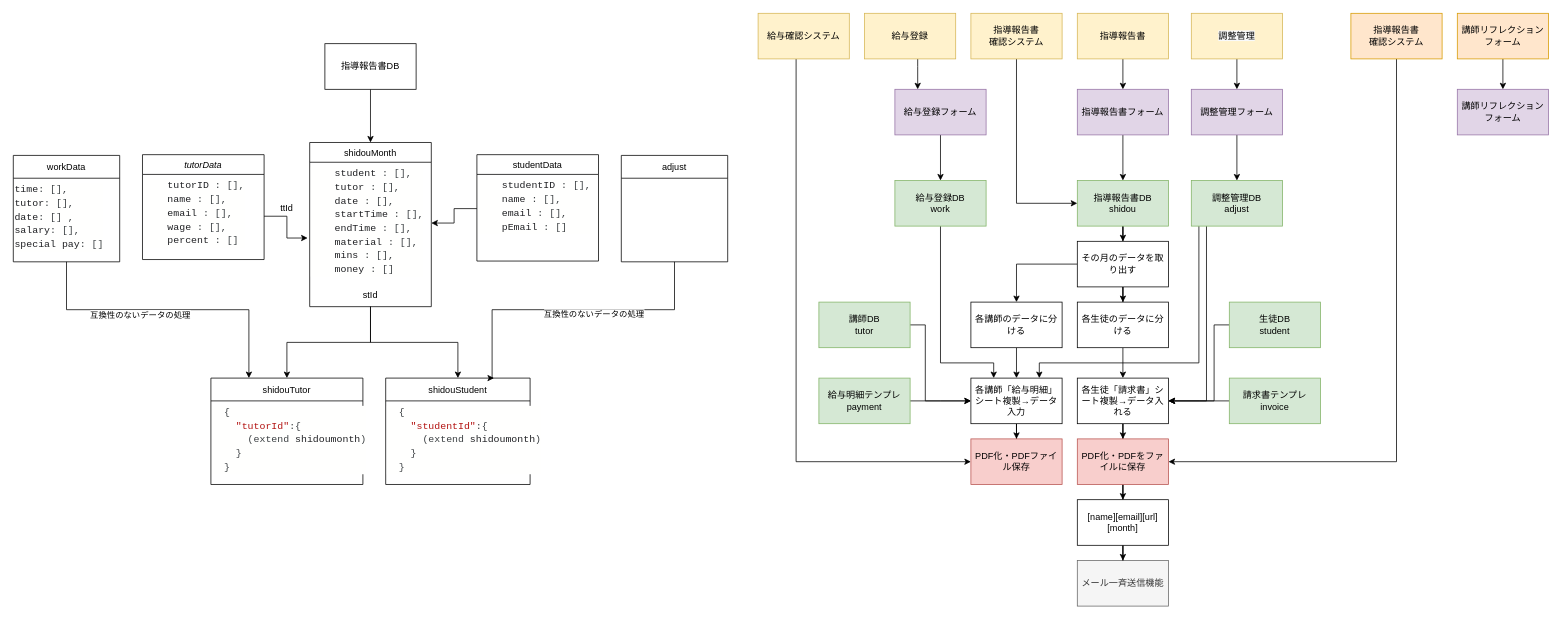
Earlier version of the draw.io diagram System Diagram.drawio (ShutaShibue/viasta). Source tidied: cells renumbered, new cells numbered last; positions are measured from the earlier drawing's top-left corner, leaving out a move shared by most shapes. Both pictures are drawn from the tidied source at 76%, with x=0, y=0 at pixel (13, 13).
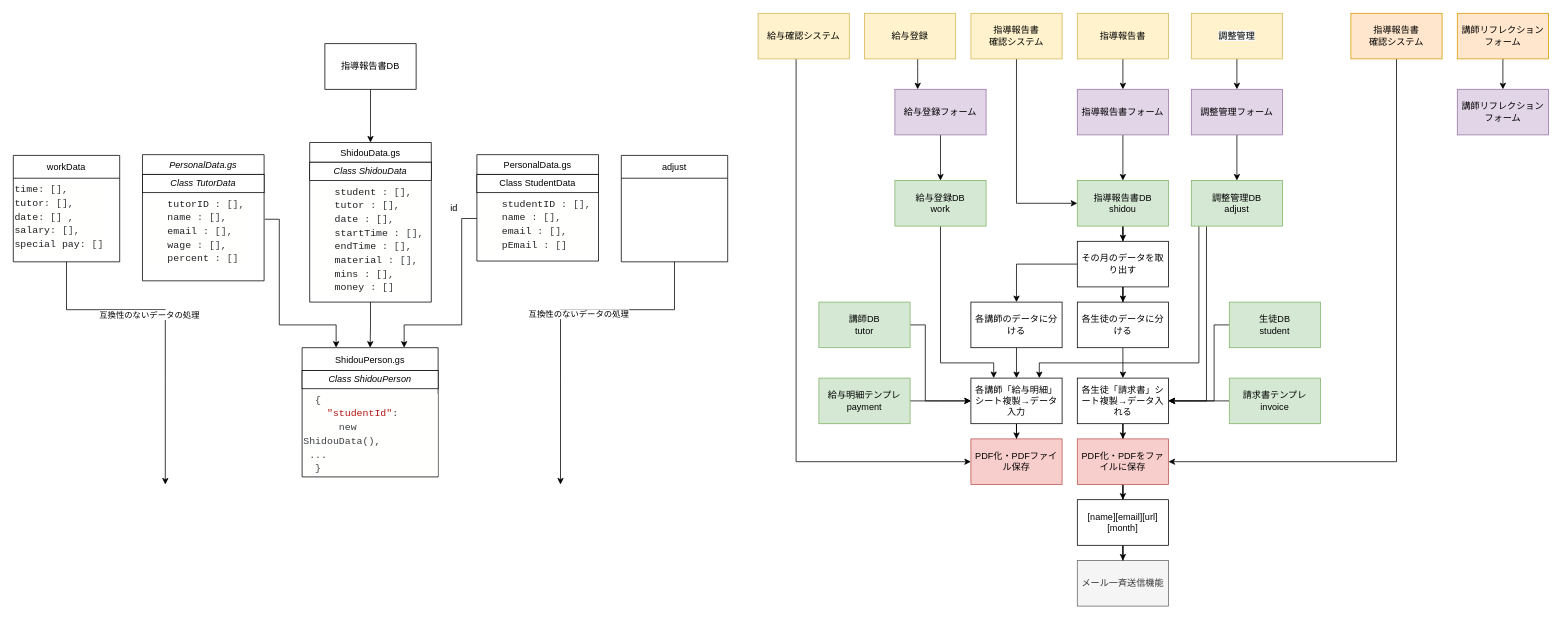
The same page after the edit.

The change refers to these unchanged cells:
```xml
<mxCell id="19" value="&lt;div style=&quot;color: rgb(60, 64, 67); background-color: rgb(255, 255, 254); font-family: &amp;quot;roboto mono&amp;quot;, consolas, &amp;quot;courier new&amp;quot;, monospace; font-weight: 400; font-size: 13px; line-height: 18px;&quot;&gt;&lt;div&gt;&lt;span style=&quot;color: #202124&quot;&gt;time&lt;/span&gt;&lt;span style=&quot;color: #3c4043&quot;&gt;:&amp;nbsp;[],&lt;/span&gt;&lt;/div&gt;&lt;div&gt;&lt;span style=&quot;color: #202124&quot;&gt;tutor&lt;/span&gt;&lt;span style=&quot;color: #3c4043&quot;&gt;:&amp;nbsp;[],&lt;/span&gt;&lt;/div&gt;&lt;div&gt;&lt;span style=&quot;color: #202124&quot;&gt;date&lt;/span&gt;&lt;span style=&quot;color: #3c4043&quot;&gt;:&amp;nbsp;[]&amp;nbsp;,&lt;/span&gt;&lt;/div&gt;&lt;div&gt;&lt;span style=&quot;color: #202124&quot;&gt;salary&lt;/span&gt;&lt;span style=&quot;color: #3c4043&quot;&gt;:&amp;nbsp;[],&lt;/span&gt;&lt;/div&gt;&lt;div&gt;&lt;span style=&quot;color: #202124&quot;&gt;special&lt;/span&gt;&lt;span style=&quot;color: #3c4043&quot;&gt;&amp;nbsp;&lt;/span&gt;&lt;span style=&quot;color: #202124&quot;&gt;pay&lt;/span&gt;&lt;span style=&quot;color: #3c4043&quot;&gt;:&amp;nbsp;[]&lt;/span&gt;&lt;/div&gt;&lt;/div&gt;" style="text;whiteSpace=wrap;html=1;" parent="18" vertex="1">
  <mxGeometry y="30" width="140" height="110" as="geometry" />
</mxCell>
<mxCell id="75" value="adjust" style="swimlane;fontStyle=0;horizontal=1;startSize=30;" parent="1" vertex="1">
  <mxGeometry x="800" y="187" width="140" height="140" as="geometry" />
</mxCell>
```

Change to the diagram source:
```diff
@@
-    <mxCell id="2" value="tutorData" style="swimlane;fontStyle=2;align=center;verticalAlign=top;horizontal=1;startSize=26;rounded=0;shadow=0;strokeWidth=1;" parent="1" vertex="1">
-      <mxGeometry x="170" y="186" width="160" height="138" as="geometry" />
+    <mxCell id="2" value="PersonalData.gs" style="swimlane;fontStyle=2;align=center;verticalAlign=top;horizontal=1;startSize=26;rounded=0;shadow=0;strokeWidth=1;" parent="1" vertex="1">
+      <mxGeometry x="170" y="186" width="160" height="166" as="geometry" />
     </mxCell>
+    <mxCell id="80" value="&lt;span style=&quot;font-style: italic&quot;&gt;Class&amp;nbsp;TutorData&lt;/span&gt;" style="whiteSpace=wrap;html=1;" parent="2" vertex="1">
+      <mxGeometry y="26" width="160" height="24" as="geometry" />
+    </mxCell>
     <mxCell id="3" value="&lt;div style=&quot;color: rgb(60, 64, 67); background-color: rgb(255, 255, 254); font-family: &amp;quot;roboto mono&amp;quot;, consolas, &amp;quot;courier new&amp;quot;, monospace; font-weight: 400; font-size: 13px; line-height: 18px;&quot;&gt;&lt;div&gt;&lt;span style=&quot;color: #3c4043&quot;&gt;&amp;nbsp;&amp;nbsp;&amp;nbsp;&amp;nbsp;&lt;/span&gt;&lt;span style=&quot;color: #202124&quot;&gt;tutorID&lt;/span&gt;&lt;span style=&quot;color: #3c4043&quot;&gt;&amp;nbsp;:&amp;nbsp;[],&lt;/span&gt;&lt;/div&gt;&lt;div&gt;&lt;span style=&quot;color: #3c4043&quot;&gt;&amp;nbsp;&amp;nbsp;&amp;nbsp;&amp;nbsp;&lt;/span&gt;&lt;span style=&quot;color: #202124&quot;&gt;name&lt;/span&gt;&lt;span style=&quot;color: #3c4043&quot;&gt;&amp;nbsp;:&amp;nbsp;[],&lt;/span&gt;&lt;/div&gt;&lt;div&gt;&lt;span style=&quot;color: #3c4043&quot;&gt;&amp;nbsp;&amp;nbsp;&amp;nbsp;&amp;nbsp;&lt;/span&gt;&lt;span style=&quot;color: #202124&quot;&gt;email&lt;/span&gt;&lt;span style=&quot;color: #3c4043&quot;&gt;&amp;nbsp;:&amp;nbsp;[],&lt;/span&gt;&lt;/div&gt;&lt;div&gt;&lt;span style=&quot;color: #3c4043&quot;&gt;&amp;nbsp;&amp;nbsp;&amp;nbsp;&amp;nbsp;&lt;/span&gt;&lt;span style=&quot;color: #202124&quot;&gt;wage&lt;/span&gt;&lt;span style=&quot;color: #3c4043&quot;&gt;&amp;nbsp;:&amp;nbsp;[],&lt;/span&gt;&lt;/div&gt;&lt;div&gt;&lt;span style=&quot;color: #3c4043&quot;&gt;&amp;nbsp;&amp;nbsp;&amp;nbsp;&amp;nbsp;&lt;/span&gt;&lt;span style=&quot;color: #202124&quot;&gt;percent&lt;/span&gt;&lt;span style=&quot;color: #3c4043&quot;&gt;&amp;nbsp;:&amp;nbsp;[]&lt;/span&gt;&lt;/div&gt;&lt;/div&gt;" style="text;whiteSpace=wrap;html=1;" parent="2" vertex="1">
-      <mxGeometry y="26" width="160" height="110" as="geometry" />
+      <mxGeometry y="50" width="160" height="110" as="geometry" />
     </mxCell>
-    <mxCell id="4" value="studentData" style="swimlane;fontStyle=0;align=center;verticalAlign=top;horizontal=1;startSize=26;rounded=0;shadow=0;strokeWidth=1;" parent="1" vertex="1">
+    <mxCell id="4" value="PersonalData.gs" style="swimlane;fontStyle=0;align=center;verticalAlign=top;horizontal=1;startSize=26;rounded=0;shadow=0;strokeWidth=1;" parent="1" vertex="1">
       <mxGeometry x="610" y="186" width="160" height="140" as="geometry" />
     </mxCell>
+    <mxCell id="81" value="Class&amp;nbsp;StudentData" style="whiteSpace=wrap;html=1;" parent="4" vertex="1">
+      <mxGeometry y="26" width="160" height="24" as="geometry" />
+    </mxCell>
     <mxCell id="5" value="&lt;div style=&quot;color: rgb(60, 64, 67); background-color: rgb(255, 255, 254); font-family: &amp;quot;roboto mono&amp;quot;, consolas, &amp;quot;courier new&amp;quot;, monospace; font-weight: 400; font-size: 13px; line-height: 18px;&quot;&gt;&lt;div&gt;&lt;span style=&quot;color: #3c4043&quot;&gt;&amp;nbsp;&amp;nbsp;&amp;nbsp;&amp;nbsp;&lt;/span&gt;&lt;span style=&quot;color: #202124&quot;&gt;studentID&lt;/span&gt;&lt;span style=&quot;color: #3c4043&quot;&gt;&amp;nbsp;:&amp;nbsp;[],&lt;/span&gt;&lt;/div&gt;&lt;div&gt;&lt;span style=&quot;color: #3c4043&quot;&gt;&amp;nbsp;&amp;nbsp;&amp;nbsp;&amp;nbsp;&lt;/span&gt;&lt;span style=&quot;color: #202124&quot;&gt;name&lt;/span&gt;&lt;span style=&quot;color: #3c4043&quot;&gt;&amp;nbsp;:&amp;nbsp;[],&lt;/span&gt;&lt;/div&gt;&lt;div&gt;&lt;span style=&quot;color: #3c4043&quot;&gt;&amp;nbsp;&amp;nbsp;&amp;nbsp;&amp;nbsp;&lt;/span&gt;&lt;span style=&quot;color: #202124&quot;&gt;email&lt;/span&gt;&lt;span style=&quot;color: #3c4043&quot;&gt;&amp;nbsp;:&amp;nbsp;[],&lt;/span&gt;&lt;/div&gt;&lt;div&gt;&lt;span style=&quot;color: #3c4043&quot;&gt;&amp;nbsp;&amp;nbsp;&amp;nbsp;&amp;nbsp;&lt;/span&gt;&lt;span style=&quot;color: #202124&quot;&gt;pEmail&lt;/span&gt;&lt;span style=&quot;color: #3c4043&quot;&gt;&amp;nbsp;:&amp;nbsp;[]&lt;/span&gt;&lt;/div&gt;&lt;/div&gt;" style="text;whiteSpace=wrap;html=1;" parent="4" vertex="1">
-      <mxGeometry y="26" width="160" height="90" as="geometry" />
+      <mxGeometry y="50" width="160" height="90" as="geometry" />
     </mxCell>
-    <mxCell id="6" value="shidouMonth" style="swimlane;fontStyle=0;align=center;verticalAlign=top;horizontal=1;startSize=26;rounded=0;shadow=0;strokeWidth=1;" parent="1" vertex="1">
-      <mxGeometry x="390" y="170" width="160" height="216" as="geometry" />
+    <mxCell id="6" value="ShidouData.gs" style="swimlane;fontStyle=0;align=center;verticalAlign=top;horizontal=1;startSize=26;rounded=0;shadow=0;strokeWidth=1;" parent="1" vertex="1">
+      <mxGeometry x="390" y="170" width="160" height="210" as="geometry" />
     </mxCell>
+    <mxCell id="82" value="&lt;span style=&quot;font-style: italic&quot;&gt;Class&amp;nbsp;ShidouData&lt;/span&gt;" style="whiteSpace=wrap;html=1;" parent="6" vertex="1">
+      <mxGeometry y="26" width="160" height="24" as="geometry" />
+    </mxCell>
     <mxCell id="7" value="&lt;div style=&quot;color: rgb(60, 64, 67); background-color: rgb(255, 255, 254); font-family: &amp;quot;roboto mono&amp;quot;, consolas, &amp;quot;courier new&amp;quot;, monospace; font-weight: 400; font-size: 13px; line-height: 18px;&quot;&gt;&lt;div&gt;&lt;span style=&quot;color: #3c4043&quot;&gt;&amp;nbsp;&amp;nbsp;&amp;nbsp;&amp;nbsp;&lt;/span&gt;&lt;span style=&quot;color: #202124&quot;&gt;student&lt;/span&gt;&lt;span style=&quot;color: #3c4043&quot;&gt;&amp;nbsp;:&amp;nbsp;[],&lt;/span&gt;&lt;/div&gt;&lt;div&gt;&lt;span style=&quot;color: #3c4043&quot;&gt;&amp;nbsp;&amp;nbsp;&amp;nbsp;&amp;nbsp;&lt;/span&gt;&lt;span style=&quot;color: #202124&quot;&gt;tutor&lt;/span&gt;&lt;span style=&quot;color: #3c4043&quot;&gt;&amp;nbsp;:&amp;nbsp;[],&lt;/span&gt;&lt;/div&gt;&lt;div&gt;&lt;span style=&quot;color: #3c4043&quot;&gt;&amp;nbsp;&amp;nbsp;&amp;nbsp;&amp;nbsp;&lt;/span&gt;&lt;span style=&quot;color: #202124&quot;&gt;date&lt;/span&gt;&lt;span style=&quot;color: #3c4043&quot;&gt;&amp;nbsp;:&amp;nbsp;[],&lt;/span&gt;&lt;/div&gt;&lt;div&gt;&lt;span style=&quot;color: #3c4043&quot;&gt;&amp;nbsp;&amp;nbsp;&amp;nbsp;&amp;nbsp;&lt;/span&gt;&lt;span style=&quot;color: #202124&quot;&gt;startTime&lt;/span&gt;&lt;span style=&quot;color: #3c4043&quot;&gt;&amp;nbsp;:&amp;nbsp;[],&lt;/span&gt;&lt;/div&gt;&lt;div&gt;&lt;span style=&quot;color: #3c4043&quot;&gt;&amp;nbsp;&amp;nbsp;&amp;nbsp;&amp;nbsp;&lt;/span&gt;&lt;span style=&quot;color: #202124&quot;&gt;endTime&lt;/span&gt;&lt;span style=&quot;color: #3c4043&quot;&gt;&amp;nbsp;:&amp;nbsp;[],&lt;/span&gt;&lt;/div&gt;&lt;div&gt;&lt;span style=&quot;color: #3c4043&quot;&gt;&amp;nbsp;&amp;nbsp;&amp;nbsp;&amp;nbsp;&lt;/span&gt;&lt;span style=&quot;color: #202124&quot;&gt;material&lt;/span&gt;&lt;span style=&quot;color: #3c4043&quot;&gt;&amp;nbsp;:&amp;nbsp;[],&lt;/span&gt;&lt;/div&gt;&lt;div&gt;&lt;span style=&quot;color: #3c4043&quot;&gt;&amp;nbsp;&amp;nbsp;&amp;nbsp;&amp;nbsp;&lt;/span&gt;&lt;span style=&quot;color: #202124&quot;&gt;mins&lt;/span&gt;&lt;span style=&quot;color: #3c4043&quot;&gt;&amp;nbsp;:&amp;nbsp;[],&lt;/span&gt;&lt;/div&gt;&lt;div&gt;&lt;span style=&quot;color: #3c4043&quot;&gt;&amp;nbsp;&amp;nbsp;&amp;nbsp;&amp;nbsp;&lt;/span&gt;&lt;span style=&quot;color: #202124&quot;&gt;money&lt;/span&gt;&lt;span style=&quot;color: #3c4043&quot;&gt;&amp;nbsp;:&amp;nbsp;[]&lt;/span&gt;&lt;/div&gt;&lt;/div&gt;" style="text;whiteSpace=wrap;html=1;" parent="6" vertex="1">
-      <mxGeometry y="26" width="160" height="160" as="geometry" />
+      <mxGeometry y="50" width="160" height="160" as="geometry" />
     </mxCell>
-    <mxCell id="8" value="stId" style="text;html=1;strokeColor=none;fillColor=none;align=center;verticalAlign=middle;whiteSpace=wrap;rounded=0;" parent="6" vertex="1">
-      <mxGeometry y="186" width="160" height="30" as="geometry" />
-    </mxCell>
-    <mxCell id="9" value="shidouStudent" style="swimlane;fontStyle=0;horizontal=1;startSize=30;" parent="1" vertex="1">
-      <mxGeometry x="490" y="480" width="190" height="140" as="geometry" />
+    <mxCell id="9" value="ShidouPerson.gs" style="swimlane;fontStyle=0;horizontal=1;startSize=30;" parent="1" vertex="1">
+      <mxGeometry x="380" y="440" width="179" height="170" as="geometry" />
     </mxCell>
+    <mxCell id="83" value="&lt;span style=&quot;font-style: italic&quot;&gt;Class&amp;nbsp;ShidouPerson&lt;/span&gt;" style="whiteSpace=wrap;html=1;" parent="9" vertex="1">
+      <mxGeometry y="30" width="179" height="24" as="geometry" />
+    </mxCell>
-    <mxCell id="10" value="&lt;div style=&quot;color: rgb(60 , 64 , 67) ; background-color: rgb(255 , 255 , 254) ; font-family: &amp;#34;roboto mono&amp;#34; , &amp;#34;consolas&amp;#34; , &amp;#34;courier new&amp;#34; , monospace ; font-weight: 400 ; font-size: 13px ; line-height: 18px&quot;&gt;&lt;div&gt;&lt;span style=&quot;color: #3c4043&quot;&gt;&amp;nbsp;&amp;nbsp;{&lt;/span&gt;&lt;/div&gt;&lt;div&gt;&lt;span style=&quot;color: #3c4043&quot;&gt;&amp;nbsp;&amp;nbsp;&amp;nbsp;&amp;nbsp;&lt;/span&gt;&lt;span style=&quot;color: #b31412&quot;&gt;&quot;studentId&quot;&lt;/span&gt;&lt;span style=&quot;color: #3c4043&quot;&gt;:{&lt;/span&gt;&lt;/div&gt;&lt;div&gt;&lt;span style=&quot;color: #3c4043&quot;&gt;&amp;nbsp;&amp;nbsp;&amp;nbsp;&amp;nbsp;&amp;nbsp;&amp;nbsp;(extend&amp;nbsp;&lt;/span&gt;&lt;span style=&quot;color: #202124&quot;&gt;shidoumonth&lt;/span&gt;&lt;span style=&quot;color: #3c4043&quot;&gt;)&lt;/span&gt;&lt;/div&gt;&lt;div&gt;&lt;span style=&quot;color: #3c4043&quot;&gt;&amp;nbsp;&amp;nbsp;&amp;nbsp;&amp;nbsp;}&lt;/span&gt;&lt;/div&gt;&lt;div&gt;&lt;span style=&quot;color: #3c4043&quot;&gt;&amp;nbsp;&amp;nbsp;}&lt;/span&gt;&lt;/div&gt;&lt;/div&gt;" style="text;whiteSpace=wrap;html=1;" parent="9" vertex="1">
-      <mxGeometry y="30" width="190" height="110" as="geometry" />
+    <mxCell id="10" value="&lt;div style=&quot;color: rgb(60 , 64 , 67) ; background-color: rgb(255 , 255 , 254) ; font-family: &amp;#34;roboto mono&amp;#34; , &amp;#34;consolas&amp;#34; , &amp;#34;courier new&amp;#34; , monospace ; font-weight: 400 ; font-size: 13px ; line-height: 18px&quot;&gt;&lt;div&gt;&lt;span style=&quot;color: #3c4043&quot;&gt;&amp;nbsp;&amp;nbsp;{&lt;/span&gt;&lt;/div&gt;&lt;div&gt;&lt;span style=&quot;color: #3c4043&quot;&gt;&amp;nbsp;&amp;nbsp;&amp;nbsp;&amp;nbsp;&lt;/span&gt;&lt;span style=&quot;color: #b31412&quot;&gt;&quot;studentId&quot;&lt;/span&gt;&lt;span style=&quot;color: #3c4043&quot;&gt;:&lt;/span&gt;&lt;/div&gt;&lt;div&gt;&lt;span style=&quot;color: #3c4043&quot;&gt;&amp;nbsp; &amp;nbsp; &amp;nbsp; new ShidouData(),&lt;/span&gt;&lt;/div&gt;&lt;div&gt;&lt;span style=&quot;color: #3c4043&quot;&gt;&lt;span style=&quot;white-space: pre&quot;&gt; &lt;/span&gt;...&lt;/span&gt;&lt;/div&gt;&lt;div&gt;&lt;span style=&quot;color: #3c4043&quot;&gt;&amp;nbsp;&amp;nbsp;}&lt;/span&gt;&lt;/div&gt;&lt;/div&gt;" style="text;whiteSpace=wrap;html=1;" parent="9" vertex="1">
+      <mxGeometry y="54" width="179" height="116" as="geometry" />
     </mxCell>
-    <mxCell id="11" value="shidouTutor" style="swimlane;fontStyle=0;horizontal=1;startSize=30;" parent="1" vertex="1">
-      <mxGeometry x="260" y="480" width="200" height="140" as="geometry" />
-    </mxCell>
-    <mxCell id="12" value="&lt;div style=&quot;color: rgb(60 , 64 , 67) ; background-color: rgb(255 , 255 , 254) ; font-family: &amp;#34;roboto mono&amp;#34; , &amp;#34;consolas&amp;#34; , &amp;#34;courier new&amp;#34; , monospace ; font-weight: 400 ; font-size: 13px ; line-height: 18px&quot;&gt;&lt;div&gt;&lt;span style=&quot;color: #3c4043&quot;&gt;&amp;nbsp;&amp;nbsp;{&lt;/span&gt;&lt;/div&gt;&lt;div&gt;&lt;span style=&quot;color: #3c4043&quot;&gt;&amp;nbsp;&amp;nbsp;&amp;nbsp;&amp;nbsp;&lt;/span&gt;&lt;span style=&quot;color: #b31412&quot;&gt;&quot;tutorId&quot;&lt;/span&gt;&lt;span style=&quot;color: #3c4043&quot;&gt;:{&lt;/span&gt;&lt;/div&gt;&lt;div&gt;&lt;span style=&quot;color: #3c4043&quot;&gt;&amp;nbsp;&amp;nbsp;&amp;nbsp;&amp;nbsp;&amp;nbsp;&amp;nbsp;(extend&amp;nbsp;&lt;/span&gt;&lt;span style=&quot;color: #202124&quot;&gt;shidoumonth&lt;/span&gt;&lt;span style=&quot;color: #3c4043&quot;&gt;)&lt;/span&gt;&lt;/div&gt;&lt;div&gt;&lt;span style=&quot;color: #3c4043&quot;&gt;&amp;nbsp;&amp;nbsp;&amp;nbsp;&amp;nbsp;}&lt;/span&gt;&lt;/div&gt;&lt;div&gt;&lt;span style=&quot;color: #3c4043&quot;&gt;&amp;nbsp;&amp;nbsp;}&lt;/span&gt;&lt;/div&gt;&lt;/div&gt;" style="text;whiteSpace=wrap;html=1;" parent="11" vertex="1">
-      <mxGeometry y="30" width="200" height="110" as="geometry" />
-    </mxCell>
-    <mxCell id="13" style="edgeStyle=orthogonalEdgeStyle;rounded=0;jettySize=auto;html=1;entryX=1;entryY=0.5;entryDx=0;entryDy=0;" parent="1" edge="1" source="5" target="7">
-      <mxGeometry relative="1" as="geometry" />
+    <mxCell id="13" style="edgeStyle=orthogonalEdgeStyle;rounded=0;jettySize=auto;html=1;entryX=0.75;entryY=0;entryDx=0;entryDy=0;" parent="1" edge="1" target="9">
+      <mxGeometry relative="1" as="geometry">
+        <mxPoint x="610" y="270" as="sourcePoint" />
+        <Array as="points">
+          <mxPoint x="590" y="270" />
+          <mxPoint x="590" y="410" />
+          <mxPoint x="514" y="410" />
+        </Array>
+      </mxGeometry>
     </mxCell>
-    <mxCell id="14" style="edgeStyle=orthogonalEdgeStyle;rounded=0;jettySize=auto;html=1;entryX=-0.017;entryY=0.623;entryDx=0;entryDy=0;entryPerimeter=0;" parent="1" edge="1" source="3" target="7">
-      <mxGeometry relative="1" as="geometry" />
+    <mxCell id="14" style="edgeStyle=orthogonalEdgeStyle;rounded=0;jettySize=auto;html=1;entryX=0.25;entryY=0;entryDx=0;entryDy=0;exitX=1.006;exitY=0.318;exitDx=0;exitDy=0;exitPerimeter=0;" parent="1" edge="1" source="3" target="9">
+      <mxGeometry relative="1" as="geometry">
+        <Array as="points">
+          <mxPoint x="350" y="271" />
+          <mxPoint x="350" y="410" />
+          <mxPoint x="425" y="410" />
+        </Array>
+      </mxGeometry>
     </mxCell>
-    <mxCell id="15" value="ttId" style="text;html=1;strokeColor=none;fillColor=none;align=center;verticalAlign=middle;whiteSpace=wrap;rounded=0;" parent="1" vertex="1">
-      <mxGeometry x="330" y="241" width="60" height="30" as="geometry" />
-    </mxCell>
@@
-    <mxCell id="73" style="edgeStyle=orthogonalEdgeStyle;rounded=0;jettySize=auto;html=1;entryX=0.75;entryY=0;entryDx=0;entryDy=0;" parent="1" edge="1" source="75" target="9">
+    <mxCell id="73" style="edgeStyle=orthogonalEdgeStyle;rounded=0;jettySize=auto;html=1;" parent="1" edge="1" source="75">
       <mxGeometry relative="1" as="geometry">
+        <mxPoint x="720" y="620" as="targetPoint" />
         <Array as="points">
           <mxPoint x="870" y="390" />
-          <mxPoint x="630" y="390" />
-          <mxPoint x="630" y="480" />
+          <mxPoint x="720" y="390" />
+          <mxPoint x="720" y="480" />
         </Array>
       </mxGeometry>
     </mxCell>
@@
-    <mxCell id="76" style="edgeStyle=orthogonalEdgeStyle;rounded=0;jettySize=auto;html=1;" parent="1" edge="1" source="8" target="9">
-      <mxGeometry relative="1" as="geometry" />
-    </mxCell>
-    <mxCell id="77" style="edgeStyle=orthogonalEdgeStyle;rounded=0;jettySize=auto;html=1;" parent="1" edge="1" source="8" target="11">
-      <mxGeometry relative="1" as="geometry" />
-    </mxCell>
-    <mxCell id="78" style="edgeStyle=orthogonalEdgeStyle;rounded=0;jettySize=auto;html=1;entryX=0.25;entryY=0;entryDx=0;entryDy=0;" parent="1" edge="1" source="19" target="11">
+    <mxCell id="78" style="edgeStyle=orthogonalEdgeStyle;rounded=0;jettySize=auto;html=1;" parent="1" edge="1" source="19">
       <mxGeometry relative="1" as="geometry">
+        <mxPoint x="200" y="620" as="targetPoint" />
         <Array as="points">
           <mxPoint x="70" y="390" />
-          <mxPoint x="310" y="390" />
+          <mxPoint x="200" y="390" />
+          <mxPoint x="200" y="480" />
         </Array>
       </mxGeometry>
     </mxCell>
@@
+    <mxCell id="84" value="id" style="text;html=1;strokeColor=none;fillColor=none;align=center;verticalAlign=middle;whiteSpace=wrap;rounded=0;" parent="1" vertex="1">
+      <mxGeometry x="550" y="241" width="60" height="30" as="geometry" />
+    </mxCell>
+    <mxCell id="85" style="edgeStyle=orthogonalEdgeStyle;rounded=0;jettySize=auto;html=1;" parent="1" edge="1" source="7" target="9">
+      <mxGeometry relative="1" as="geometry" />
+    </mxCell>
```
